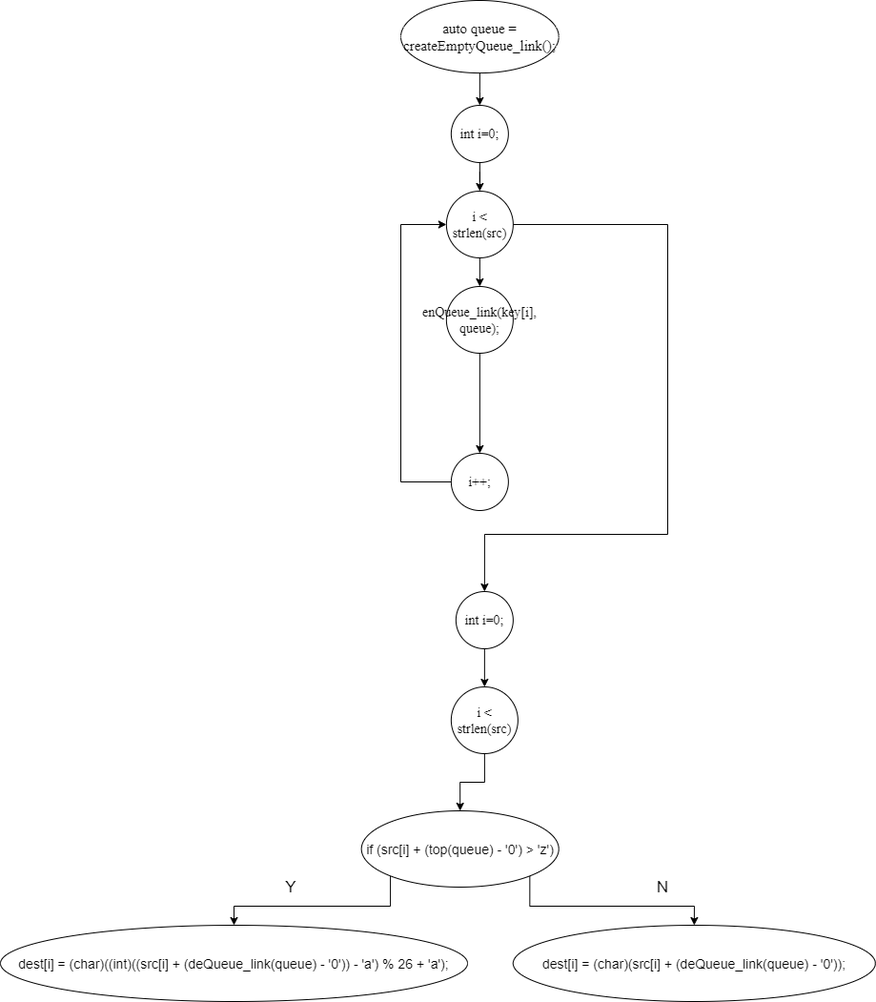
PommesPeter/draw.io_diagram keeps this draw.io diagram as CFG.png. Above is the earlier version. Source tidied: cells renumbered, new cells last; positions are measured from the earlier drawing's top-left corner, leaving out a move shared by most shapes.
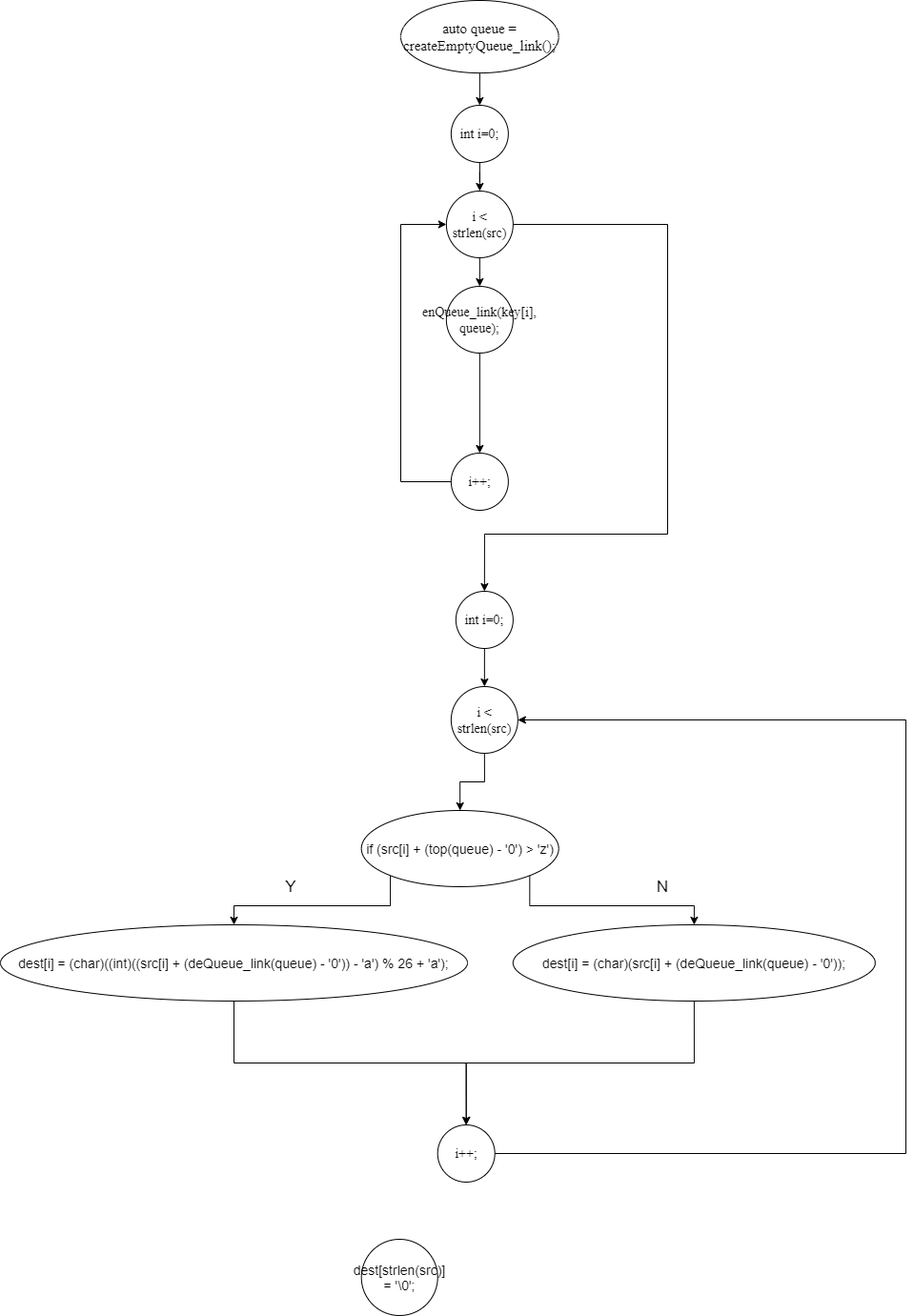
After the change.

The edit, as a diff of the source:
```diff
@@ -67,9 +67,15 @@
     <mxCell id="19" value="if (src[i] + (top(queue) - '0') &amp;gt; 'z')" style="ellipse;whiteSpace=wrap;html=1;" parent="1" vertex="1">
       <mxGeometry x="378.7" y="850" width="207" height="80" as="geometry" />
     </mxCell>
+    <mxCell id="24" style="edgeStyle=orthogonalEdgeStyle;rounded=0;jettySize=auto;html=1;exitX=0.5;exitY=1;exitDx=0;exitDy=0;" parent="1" edge="1" source="20" target="28">
+      <mxGeometry relative="1" as="geometry" />
+    </mxCell>
     <mxCell id="20" value="dest[i] = (char)((int)((src[i] + (deQueue_link(queue) - '0')) - 'a') % 26 + 'a');" style="ellipse;whiteSpace=wrap;html=1;" parent="1" vertex="1">
       <mxGeometry y="970" width="490" height="80" as="geometry" />
     </mxCell>
+    <mxCell id="25" style="edgeStyle=orthogonalEdgeStyle;rounded=0;jettySize=auto;html=1;exitX=0.5;exitY=1;exitDx=0;exitDy=0;entryX=0.5;entryY=0;entryDx=0;entryDy=0;" parent="1" edge="1" source="21" target="28">
+      <mxGeometry relative="1" as="geometry" />
+    </mxCell>
     <mxCell id="21" value="dest[i] = (char)(src[i] + (deQueue_link(queue) - '0'));" style="ellipse;whiteSpace=wrap;html=1;" parent="1" vertex="1">
       <mxGeometry x="537.9" y="970" width="380" height="80" as="geometry" />
     </mxCell>
@@ -79,5 +85,19 @@
     <mxCell id="23" value="&lt;span style=&quot;font-size: 17px&quot;&gt;N&lt;/span&gt;" style="text;html=1;strokeColor=none;fillColor=none;align=center;verticalAlign=middle;whiteSpace=wrap;rounded=0;" parent="1" vertex="1">
       <mxGeometry x="670" y="920" width="50" height="20" as="geometry" />
     </mxCell>
+    <mxCell id="26" value="dest[strlen(src)] = '\0';" style="ellipse;whiteSpace=wrap;html=1;" parent="1" vertex="1">
+      <mxGeometry x="378.7" y="1300" width="80" height="80" as="geometry" />
+    </mxCell>
+    <mxCell id="27" style="edgeStyle=orthogonalEdgeStyle;rounded=0;jettySize=auto;html=1;entryX=1;entryY=0.5;entryDx=0;entryDy=0;" parent="1" edge="1" source="28" target="14">
+      <mxGeometry relative="1" as="geometry">
+        <Array as="points">
+          <mxPoint x="950" y="1210" />
+          <mxPoint x="950" y="755" />
+        </Array>
+      </mxGeometry>
+    </mxCell>
+    <mxCell id="28" value="&lt;font face=&quot;Times New Roman&quot;&gt;i++;&lt;/font&gt;" style="ellipse;whiteSpace=wrap;html=1;" parent="1" vertex="1">
+      <mxGeometry x="458.7" y="1180" width="60" height="60" as="geometry" />
+    </mxCell>
   </root>
 </mxGraphModel>
```
